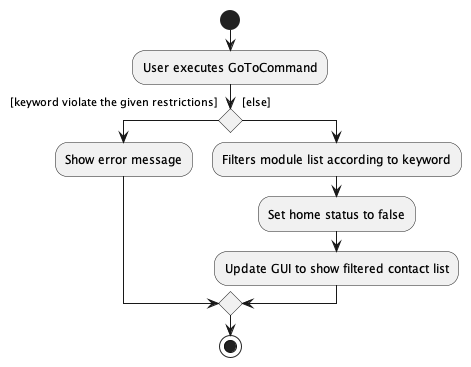
Before: docs/images/GoToActivityDiagram.png, a diagram exported from PlantUML (nus-cs2103-AY2223S1/tp). The source it was exported from:
```plantuml
@startuml
start
:User executes GoToCommand;


if () then ([keyword violate the given restrictions]
)
:Show error message;
else ([else]
)
    :Filters module list according to keyword;
    :Set home status to false;
    :Update GUI to show filtered contact list;
endif
stop
@enduml
```
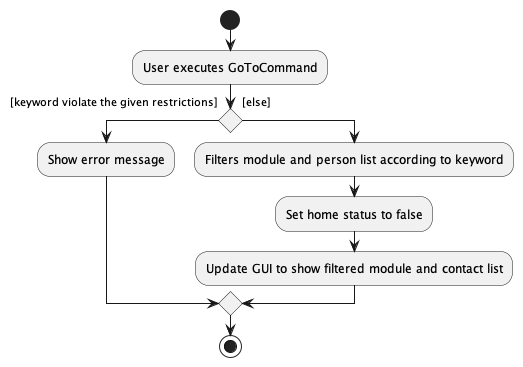
After the commit.

Commit message:
Update UML diagram

Change to the diagram source:
```diff
@@ -8,9 +8,9 @@
 :Show error message;
 else ([else]
 )
-    :Filters module list according to keyword;
-    :Set home status to false;
-    :Update GUI to show filtered contact list;
+:Filters module and person list according to keyword;
+:Set home status to false;
+:Update GUI to show filtered module and contact list;
 endif
 stop
 @enduml
```
